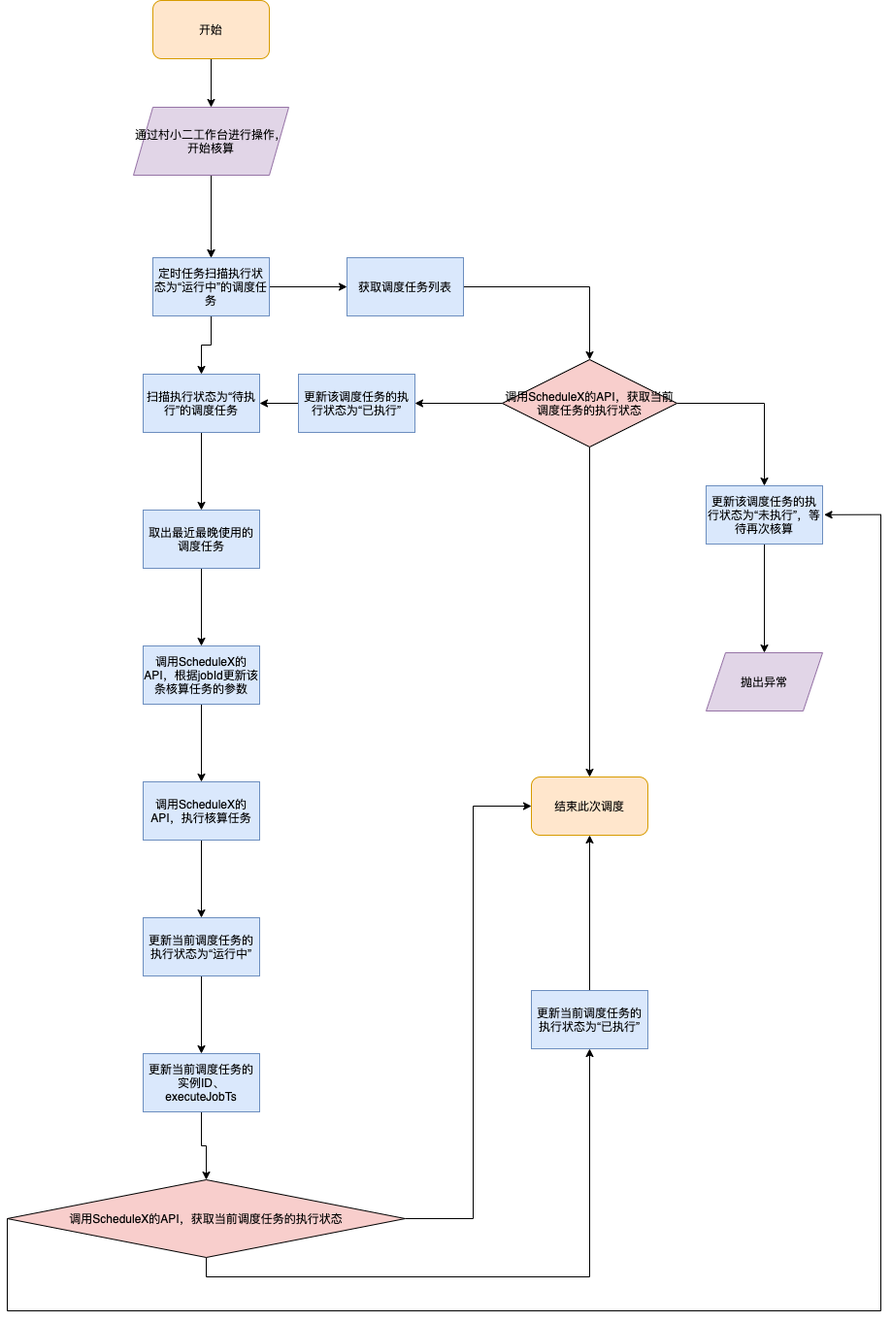
This is Untitled Diagram.png from Martina001/diagram, a draw.io export, as it was before one commit. Source tidied: cells renumbered, new cells last; positions are measured from the earlier drawing's top-left corner, leaving out a move shared by most shapes. Source of this version:
```xml
<mxGraphModel>
  <root>
    <mxCell id="0" />
    <mxCell id="1" parent="0" />
    <mxCell id="2" style="edgeStyle=orthogonalEdgeStyle;rounded=0;jettySize=auto;html=1;" parent="1" edge="1" source="3" target="6">
      <mxGeometry relative="1" as="geometry" />
    </mxCell>
    <mxCell id="3" value="开始" style="rounded=1;whiteSpace=wrap;html=1;fillColor=#ffe6cc;strokeColor=#d79b00;" parent="1" vertex="1">
      <mxGeometry x="150" width="120" height="60" as="geometry" />
    </mxCell>
    <mxCell id="4" style="edgeStyle=orthogonalEdgeStyle;rounded=0;jettySize=auto;html=1;" parent="1" edge="1" source="6" target="9">
      <mxGeometry relative="1" as="geometry" />
    </mxCell>
    <mxCell id="5" style="edgeStyle=orthogonalEdgeStyle;rounded=0;jettySize=auto;html=1;" parent="1" edge="1" source="6" target="9">
      <mxGeometry relative="1" as="geometry" />
    </mxCell>
    <mxCell id="6" value="通过村小二工作台进行操作，开始核算" style="shape=parallelogram;perimeter=parallelogramPerimeter;whiteSpace=wrap;html=1;fixedSize=1;fillColor=#e1d5e7;strokeColor=#9673a6;" parent="1" vertex="1">
      <mxGeometry x="130" y="110" width="160" height="70" as="geometry" />
    </mxCell>
    <mxCell id="7" style="edgeStyle=orthogonalEdgeStyle;rounded=0;jettySize=auto;html=1;" parent="1" edge="1" source="9" target="11">
      <mxGeometry relative="1" as="geometry" />
    </mxCell>
    <mxCell id="8" style="edgeStyle=orthogonalEdgeStyle;rounded=0;jettySize=auto;html=1;" parent="1" edge="1" source="9" target="22">
      <mxGeometry relative="1" as="geometry" />
    </mxCell>
    <mxCell id="9" value="定时任务扫描执行状态为“运行中”的调度任务" style="whiteSpace=wrap;html=1;fillColor=#dae8fc;strokeColor=#6c8ebf;" parent="1" vertex="1">
      <mxGeometry x="150" y="265" width="120" height="60" as="geometry" />
    </mxCell>
    <mxCell id="10" style="edgeStyle=orthogonalEdgeStyle;rounded=0;jettySize=auto;html=1;" parent="1" edge="1" source="11" target="15">
      <mxGeometry relative="1" as="geometry" />
    </mxCell>
    <mxCell id="11" value="获取调度任务列表" style="whiteSpace=wrap;html=1;fillColor=#dae8fc;strokeColor=#6c8ebf;" parent="1" vertex="1">
      <mxGeometry x="350" y="265" width="120" height="60" as="geometry" />
    </mxCell>
    <mxCell id="12" style="edgeStyle=orthogonalEdgeStyle;rounded=0;jettySize=auto;html=1;" parent="1" edge="1" source="15" target="17">
      <mxGeometry relative="1" as="geometry" />
    </mxCell>
    <mxCell id="13" style="edgeStyle=orthogonalEdgeStyle;rounded=0;jettySize=auto;html=1;" parent="1" edge="1" source="15" target="19">
      <mxGeometry relative="1" as="geometry" />
    </mxCell>
    <mxCell id="14" style="edgeStyle=orthogonalEdgeStyle;rounded=0;jettySize=auto;html=1;" parent="1" edge="1" source="15" target="20">
      <mxGeometry relative="1" as="geometry" />
    </mxCell>
    <mxCell id="15" value="&lt;span&gt;调用ScheduleX的API，获取当前调度任务的执行状态&lt;/span&gt;" style="rhombus;whiteSpace=wrap;html=1;fillColor=#f8cecc;" parent="1" vertex="1">
      <mxGeometry x="510" y="370" width="180" height="90" as="geometry" />
    </mxCell>
    <mxCell id="16" style="edgeStyle=orthogonalEdgeStyle;rounded=0;jettySize=auto;html=1;" parent="1" edge="1" source="17" target="22">
      <mxGeometry relative="1" as="geometry" />
    </mxCell>
    <mxCell id="17" value="更新该调度任务的执行状态为“已执行”" style="whiteSpace=wrap;html=1;fillColor=#dae8fc;strokeColor=#6c8ebf;" parent="1" vertex="1">
      <mxGeometry x="300" y="385" width="120" height="60" as="geometry" />
    </mxCell>
    <mxCell id="18" style="edgeStyle=orthogonalEdgeStyle;rounded=0;jettySize=auto;html=1;" parent="1" edge="1" source="19" target="39">
      <mxGeometry relative="1" as="geometry" />
    </mxCell>
    <mxCell id="19" value="更新该调度任务的执行状态为“未执行”，等待再次核算" style="whiteSpace=wrap;html=1;fillColor=#dae8fc;strokeColor=#6c8ebf;" parent="1" vertex="1">
      <mxGeometry x="720" y="500" width="120" height="60" as="geometry" />
    </mxCell>
    <mxCell id="20" value="结束此次调度" style="rounded=1;whiteSpace=wrap;html=1;fillColor=#ffe6cc;strokeColor=#d79b00;" parent="1" vertex="1">
      <mxGeometry x="540" y="800" width="120" height="60" as="geometry" />
    </mxCell>
    <mxCell id="21" style="edgeStyle=orthogonalEdgeStyle;rounded=0;jettySize=auto;html=1;" parent="1" edge="1" source="22" target="24">
      <mxGeometry relative="1" as="geometry" />
    </mxCell>
    <mxCell id="22" value="扫描执行状态为“待执行”的调度任务" style="whiteSpace=wrap;html=1;fillColor=#dae8fc;strokeColor=#6c8ebf;" parent="1" vertex="1">
      <mxGeometry x="140" y="385" width="120" height="60" as="geometry" />
    </mxCell>
    <mxCell id="23" style="edgeStyle=orthogonalEdgeStyle;rounded=0;jettySize=auto;html=1;" parent="1" edge="1" source="24" target="26">
      <mxGeometry relative="1" as="geometry" />
    </mxCell>
    <mxCell id="24" value="取出最近最晚使用的调度任务" style="whiteSpace=wrap;html=1;fillColor=#dae8fc;strokeColor=#6c8ebf;" parent="1" vertex="1">
      <mxGeometry x="140" y="525" width="120" height="60" as="geometry" />
    </mxCell>
    <mxCell id="25" style="edgeStyle=orthogonalEdgeStyle;rounded=0;jettySize=auto;html=1;" parent="1" edge="1" source="26" target="28">
      <mxGeometry relative="1" as="geometry" />
    </mxCell>
    <mxCell id="26" value="调用ScheduleX的API，根据jobId更新该条核算任务的参数" style="whiteSpace=wrap;html=1;fillColor=#dae8fc;strokeColor=#6c8ebf;" parent="1" vertex="1">
      <mxGeometry x="140" y="665" width="120" height="60" as="geometry" />
    </mxCell>
    <mxCell id="27" style="edgeStyle=orthogonalEdgeStyle;rounded=0;jettySize=auto;html=1;" parent="1" edge="1" source="28" target="30">
      <mxGeometry relative="1" as="geometry" />
    </mxCell>
    <mxCell id="28" value="调用ScheduleX的API，执行核算任务" style="whiteSpace=wrap;html=1;fillColor=#dae8fc;strokeColor=#6c8ebf;" parent="1" vertex="1">
      <mxGeometry x="140" y="805" width="120" height="60" as="geometry" />
    </mxCell>
    <mxCell id="29" style="edgeStyle=orthogonalEdgeStyle;rounded=0;jettySize=auto;html=1;" parent="1" edge="1" source="30" target="32">
      <mxGeometry relative="1" as="geometry" />
    </mxCell>
    <mxCell id="30" value="更新当前调度任务的执行状态为“运行中”" style="whiteSpace=wrap;html=1;fillColor=#dae8fc;strokeColor=#6c8ebf;" parent="1" vertex="1">
      <mxGeometry x="140" y="945" width="120" height="60" as="geometry" />
    </mxCell>
    <mxCell id="31" style="edgeStyle=orthogonalEdgeStyle;rounded=0;jettySize=auto;html=1;" parent="1" edge="1" source="32" target="36">
      <mxGeometry relative="1" as="geometry" />
    </mxCell>
    <mxCell id="32" value="更新当前调度任务的实例ID、executeJobTs" style="whiteSpace=wrap;html=1;fillColor=#dae8fc;strokeColor=#6c8ebf;" parent="1" vertex="1">
      <mxGeometry x="140" y="1085" width="120" height="60" as="geometry" />
    </mxCell>
    <mxCell id="33" style="edgeStyle=orthogonalEdgeStyle;rounded=0;jettySize=auto;html=1;entryX=0;entryY=0.5;entryDx=0;entryDy=0;" parent="1" edge="1" source="36" target="20">
      <mxGeometry relative="1" as="geometry">
        <Array as="points">
          <mxPoint x="480" y="1255" />
          <mxPoint x="480" y="830" />
        </Array>
      </mxGeometry>
    </mxCell>
    <mxCell id="34" style="edgeStyle=orthogonalEdgeStyle;rounded=0;jettySize=auto;html=1;entryX=1.013;entryY=0.497;entryDx=0;entryDy=0;exitX=0;exitY=0.5;exitDx=0;exitDy=0;entryPerimeter=0;" parent="1" edge="1" source="36" target="19">
      <mxGeometry relative="1" as="geometry">
        <Array as="points">
          <mxPoint y="1350" />
          <mxPoint x="900" y="1350" />
          <mxPoint x="900" y="530" />
        </Array>
      </mxGeometry>
    </mxCell>
    <mxCell id="35" style="edgeStyle=orthogonalEdgeStyle;rounded=0;jettySize=auto;html=1;exitX=0.5;exitY=1;exitDx=0;exitDy=0;" parent="1" edge="1" source="36" target="38">
      <mxGeometry relative="1" as="geometry" />
    </mxCell>
    <mxCell id="36" value="调用ScheduleX的API，获取当前调度任务的执行状态" style="rhombus;whiteSpace=wrap;html=1;fillColor=#f8cecc;" parent="1" vertex="1">
      <mxGeometry y="1215" width="410" height="80" as="geometry" />
    </mxCell>
    <mxCell id="37" style="edgeStyle=orthogonalEdgeStyle;rounded=0;jettySize=auto;html=1;entryX=0.5;entryY=1;entryDx=0;entryDy=0;" parent="1" edge="1" source="38" target="20">
      <mxGeometry relative="1" as="geometry" />
    </mxCell>
    <mxCell id="38" value="更新当前调度任务的执行状态为“已执行”" style="whiteSpace=wrap;html=1;fillColor=#dae8fc;strokeColor=#6c8ebf;" parent="1" vertex="1">
      <mxGeometry x="540" y="1020" width="120" height="60" as="geometry" />
    </mxCell>
    <mxCell id="39" value="&lt;span&gt;抛出异常&lt;/span&gt;" style="shape=parallelogram;perimeter=parallelogramPerimeter;whiteSpace=wrap;html=1;fixedSize=1;fillColor=#e1d5e7;strokeColor=#9673a6;" parent="1" vertex="1">
      <mxGeometry x="720" y="672" width="120" height="60" as="geometry" />
    </mxCell>
  </root>
</mxGraphModel>
```
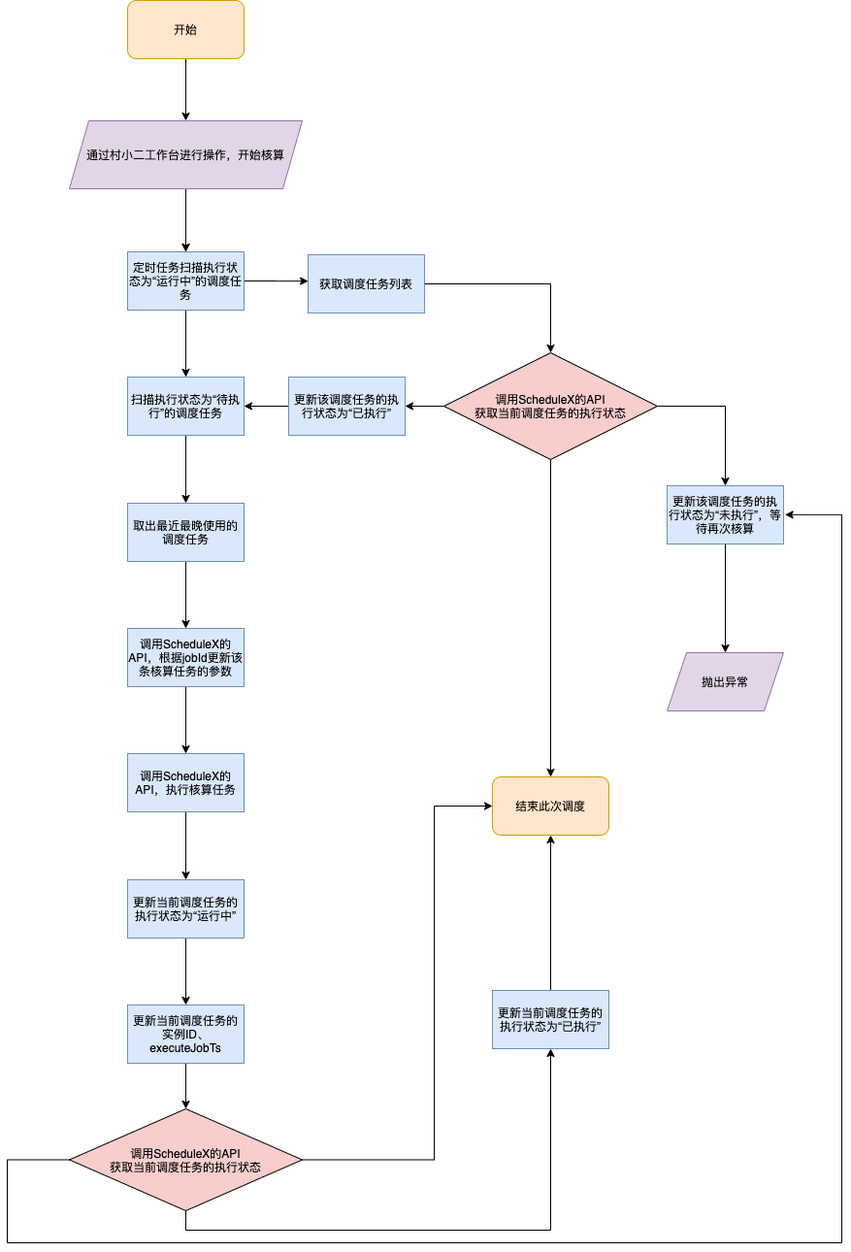
The same diagram one commit later.

What changed in the source:
```diff
@@ -6,7 +6,7 @@
       <mxGeometry relative="1" as="geometry" />
     </mxCell>
     <mxCell id="3" value="开始" style="rounded=1;whiteSpace=wrap;html=1;fillColor=#ffe6cc;strokeColor=#d79b00;" parent="1" vertex="1">
-      <mxGeometry x="150" width="120" height="60" as="geometry" />
+      <mxGeometry x="164" width="120" height="60" as="geometry" />
     </mxCell>
     <mxCell id="4" style="edgeStyle=orthogonalEdgeStyle;rounded=0;jettySize=auto;html=1;" parent="1" edge="1" source="6" target="9">
       <mxGeometry relative="1" as="geometry" />
@@ -15,40 +15,40 @@
       <mxGeometry relative="1" as="geometry" />
     </mxCell>
     <mxCell id="6" value="通过村小二工作台进行操作，开始核算" style="shape=parallelogram;perimeter=parallelogramPerimeter;whiteSpace=wrap;html=1;fixedSize=1;fillColor=#e1d5e7;strokeColor=#9673a6;" parent="1" vertex="1">
-      <mxGeometry x="130" y="110" width="160" height="70" as="geometry" />
+      <mxGeometry x="104" y="124" width="240" height="70" as="geometry" />
     </mxCell>
-    <mxCell id="7" style="edgeStyle=orthogonalEdgeStyle;rounded=0;jettySize=auto;html=1;" parent="1" edge="1" source="9" target="11">
+    <mxCell id="7" style="edgeStyle=orthogonalEdgeStyle;rounded=0;jettySize=auto;html=1;entryX=0.001;entryY=0.452;entryDx=0;entryDy=0;entryPerimeter=0;" parent="1" edge="1" source="9" target="11">
       <mxGeometry relative="1" as="geometry" />
     </mxCell>
     <mxCell id="8" style="edgeStyle=orthogonalEdgeStyle;rounded=0;jettySize=auto;html=1;" parent="1" edge="1" source="9" target="22">
       <mxGeometry relative="1" as="geometry" />
     </mxCell>
     <mxCell id="9" value="定时任务扫描执行状态为“运行中”的调度任务" style="whiteSpace=wrap;html=1;fillColor=#dae8fc;strokeColor=#6c8ebf;" parent="1" vertex="1">
-      <mxGeometry x="150" y="265" width="120" height="60" as="geometry" />
+      <mxGeometry x="164" y="259" width="120" height="60" as="geometry" />
     </mxCell>
     <mxCell id="10" style="edgeStyle=orthogonalEdgeStyle;rounded=0;jettySize=auto;html=1;" parent="1" edge="1" source="11" target="15">
       <mxGeometry relative="1" as="geometry" />
     </mxCell>
     <mxCell id="11" value="获取调度任务列表" style="whiteSpace=wrap;html=1;fillColor=#dae8fc;strokeColor=#6c8ebf;" parent="1" vertex="1">
-      <mxGeometry x="350" y="265" width="120" height="60" as="geometry" />
+      <mxGeometry x="350" y="262" width="120" height="60" as="geometry" />
     </mxCell>
     <mxCell id="12" style="edgeStyle=orthogonalEdgeStyle;rounded=0;jettySize=auto;html=1;" parent="1" edge="1" source="15" target="17">
       <mxGeometry relative="1" as="geometry" />
     </mxCell>
-    <mxCell id="13" style="edgeStyle=orthogonalEdgeStyle;rounded=0;jettySize=auto;html=1;" parent="1" edge="1" source="15" target="19">
+    <mxCell id="13" style="edgeStyle=orthogonalEdgeStyle;rounded=0;jettySize=auto;html=1;exitX=1;exitY=0.5;exitDx=0;exitDy=0;" parent="1" edge="1" source="15" target="19">
       <mxGeometry relative="1" as="geometry" />
     </mxCell>
     <mxCell id="14" style="edgeStyle=orthogonalEdgeStyle;rounded=0;jettySize=auto;html=1;" parent="1" edge="1" source="15" target="20">
       <mxGeometry relative="1" as="geometry" />
     </mxCell>
-    <mxCell id="15" value="&lt;span&gt;调用ScheduleX的API，获取当前调度任务的执行状态&lt;/span&gt;" style="rhombus;whiteSpace=wrap;html=1;fillColor=#f8cecc;" parent="1" vertex="1">
-      <mxGeometry x="510" y="370" width="180" height="90" as="geometry" />
+    <mxCell id="15" value="&lt;span&gt;调用ScheduleX的API&lt;br&gt;获取当前调度任务的执行状态&lt;/span&gt;" style="rhombus;whiteSpace=wrap;html=1;fillColor=#f8cecc;" parent="1" vertex="1">
+      <mxGeometry x="490" y="363" width="220" height="110" as="geometry" />
     </mxCell>
-    <mxCell id="16" style="edgeStyle=orthogonalEdgeStyle;rounded=0;jettySize=auto;html=1;" parent="1" edge="1" source="17" target="22">
+    <mxCell id="16" style="edgeStyle=orthogonalEdgeStyle;rounded=0;jettySize=auto;html=1;exitX=0;exitY=0.5;exitDx=0;exitDy=0;" parent="1" edge="1" source="17" target="22">
       <mxGeometry relative="1" as="geometry" />
     </mxCell>
     <mxCell id="17" value="更新该调度任务的执行状态为“已执行”" style="whiteSpace=wrap;html=1;fillColor=#dae8fc;strokeColor=#6c8ebf;" parent="1" vertex="1">
-      <mxGeometry x="300" y="385" width="120" height="60" as="geometry" />
+      <mxGeometry x="330" y="388" width="120" height="60" as="geometry" />
     </mxCell>
     <mxCell id="18" style="edgeStyle=orthogonalEdgeStyle;rounded=0;jettySize=auto;html=1;" parent="1" edge="1" source="19" target="39">
       <mxGeometry relative="1" as="geometry" />
@@ -63,42 +63,42 @@
       <mxGeometry relative="1" as="geometry" />
     </mxCell>
     <mxCell id="22" value="扫描执行状态为“待执行”的调度任务" style="whiteSpace=wrap;html=1;fillColor=#dae8fc;strokeColor=#6c8ebf;" parent="1" vertex="1">
-      <mxGeometry x="140" y="385" width="120" height="60" as="geometry" />
+      <mxGeometry x="164" y="388" width="120" height="60" as="geometry" />
     </mxCell>
     <mxCell id="23" style="edgeStyle=orthogonalEdgeStyle;rounded=0;jettySize=auto;html=1;" parent="1" edge="1" source="24" target="26">
       <mxGeometry relative="1" as="geometry" />
     </mxCell>
     <mxCell id="24" value="取出最近最晚使用的调度任务" style="whiteSpace=wrap;html=1;fillColor=#dae8fc;strokeColor=#6c8ebf;" parent="1" vertex="1">
-      <mxGeometry x="140" y="525" width="120" height="60" as="geometry" />
+      <mxGeometry x="164" y="518" width="120" height="60" as="geometry" />
     </mxCell>
-    <mxCell id="25" style="edgeStyle=orthogonalEdgeStyle;rounded=0;jettySize=auto;html=1;" parent="1" edge="1" source="26" target="28">
+    <mxCell id="25" style="edgeStyle=orthogonalEdgeStyle;rounded=0;jettySize=auto;html=1;startSize=1;jumpSize=4;arcSize=20;" parent="1" edge="1" source="26" target="28">
       <mxGeometry relative="1" as="geometry" />
     </mxCell>
     <mxCell id="26" value="调用ScheduleX的API，根据jobId更新该条核算任务的参数" style="whiteSpace=wrap;html=1;fillColor=#dae8fc;strokeColor=#6c8ebf;" parent="1" vertex="1">
-      <mxGeometry x="140" y="665" width="120" height="60" as="geometry" />
+      <mxGeometry x="164" y="647" width="120" height="60" as="geometry" />
     </mxCell>
     <mxCell id="27" style="edgeStyle=orthogonalEdgeStyle;rounded=0;jettySize=auto;html=1;" parent="1" edge="1" source="28" target="30">
       <mxGeometry relative="1" as="geometry" />
     </mxCell>
     <mxCell id="28" value="调用ScheduleX的API，执行核算任务" style="whiteSpace=wrap;html=1;fillColor=#dae8fc;strokeColor=#6c8ebf;" parent="1" vertex="1">
-      <mxGeometry x="140" y="805" width="120" height="60" as="geometry" />
+      <mxGeometry x="164" y="776" width="120" height="60" as="geometry" />
     </mxCell>
     <mxCell id="29" style="edgeStyle=orthogonalEdgeStyle;rounded=0;jettySize=auto;html=1;" parent="1" edge="1" source="30" target="32">
       <mxGeometry relative="1" as="geometry" />
     </mxCell>
     <mxCell id="30" value="更新当前调度任务的执行状态为“运行中”" style="whiteSpace=wrap;html=1;fillColor=#dae8fc;strokeColor=#6c8ebf;" parent="1" vertex="1">
-      <mxGeometry x="140" y="945" width="120" height="60" as="geometry" />
+      <mxGeometry x="164" y="906" width="120" height="60" as="geometry" />
     </mxCell>
     <mxCell id="31" style="edgeStyle=orthogonalEdgeStyle;rounded=0;jettySize=auto;html=1;" parent="1" edge="1" source="32" target="36">
       <mxGeometry relative="1" as="geometry" />
     </mxCell>
     <mxCell id="32" value="更新当前调度任务的实例ID、executeJobTs" style="whiteSpace=wrap;html=1;fillColor=#dae8fc;strokeColor=#6c8ebf;" parent="1" vertex="1">
-      <mxGeometry x="140" y="1085" width="120" height="60" as="geometry" />
+      <mxGeometry x="164" y="1035" width="120" height="60" as="geometry" />
     </mxCell>
-    <mxCell id="33" style="edgeStyle=orthogonalEdgeStyle;rounded=0;jettySize=auto;html=1;entryX=0;entryY=0.5;entryDx=0;entryDy=0;" parent="1" edge="1" source="36" target="20">
+    <mxCell id="33" style="edgeStyle=orthogonalEdgeStyle;rounded=0;jettySize=auto;html=1;entryX=0;entryY=0.5;entryDx=0;entryDy=0;exitX=1;exitY=0.5;exitDx=0;exitDy=0;" parent="1" edge="1" source="36" target="20">
       <mxGeometry relative="1" as="geometry">
         <Array as="points">
-          <mxPoint x="480" y="1255" />
+          <mxPoint x="480" y="1195" />
           <mxPoint x="480" y="830" />
         </Array>
       </mxGeometry>
@@ -106,8 +106,9 @@
     <mxCell id="34" style="edgeStyle=orthogonalEdgeStyle;rounded=0;jettySize=auto;html=1;entryX=1.013;entryY=0.497;entryDx=0;entryDy=0;exitX=0;exitY=0.5;exitDx=0;exitDy=0;entryPerimeter=0;" parent="1" edge="1" source="36" target="19">
       <mxGeometry relative="1" as="geometry">
         <Array as="points">
-          <mxPoint y="1350" />
-          <mxPoint x="900" y="1350" />
+          <mxPoint x="40" y="1195" />
+          <mxPoint x="40" y="1280" />
+          <mxPoint x="900" y="1280" />
           <mxPoint x="900" y="530" />
         </Array>
       </mxGeometry>
@@ -115,8 +116,8 @@
     <mxCell id="35" style="edgeStyle=orthogonalEdgeStyle;rounded=0;jettySize=auto;html=1;exitX=0.5;exitY=1;exitDx=0;exitDy=0;" parent="1" edge="1" source="36" target="38">
       <mxGeometry relative="1" as="geometry" />
     </mxCell>
-    <mxCell id="36" value="调用ScheduleX的API，获取当前调度任务的执行状态" style="rhombus;whiteSpace=wrap;html=1;fillColor=#f8cecc;" parent="1" vertex="1">
-      <mxGeometry y="1215" width="410" height="80" as="geometry" />
+    <mxCell id="36" value="调用ScheduleX的API&lt;br&gt;获取当前调度任务的执行状态" style="rhombus;whiteSpace=wrap;html=1;fillColor=#f8cecc;" parent="1" vertex="1">
+      <mxGeometry x="104" y="1142" width="240" height="105" as="geometry" />
     </mxCell>
     <mxCell id="37" style="edgeStyle=orthogonalEdgeStyle;rounded=0;jettySize=auto;html=1;entryX=0.5;entryY=1;entryDx=0;entryDy=0;" parent="1" edge="1" source="38" target="20">
       <mxGeometry relative="1" as="geometry" />
```
